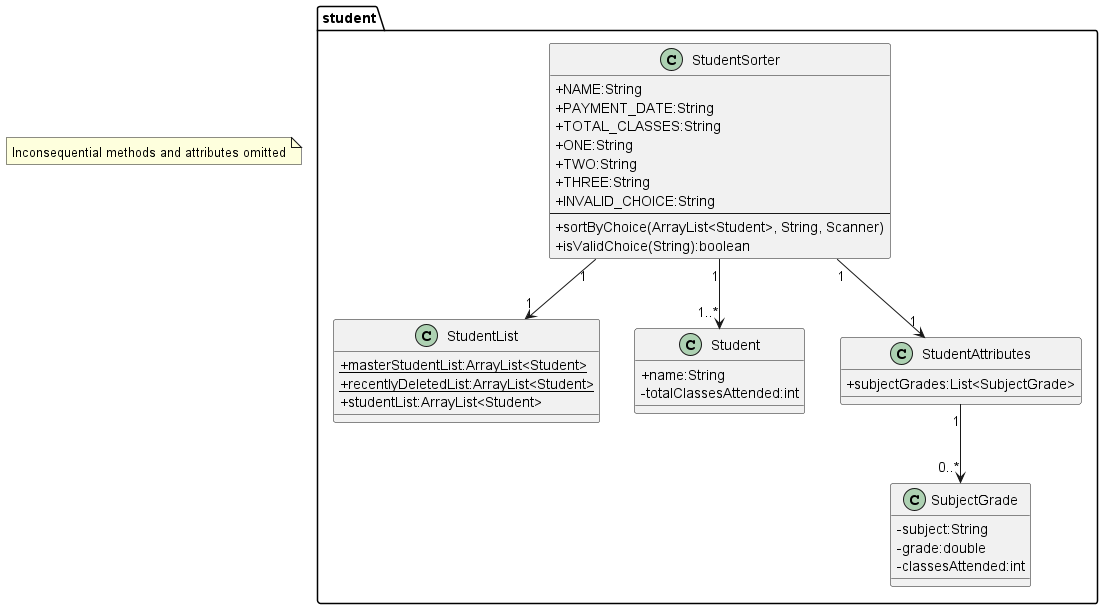
Earlier version of the PlantUML export docs/diagrams/src/StudentSorter/StudentSorter.png (blackmirag3/Classify).
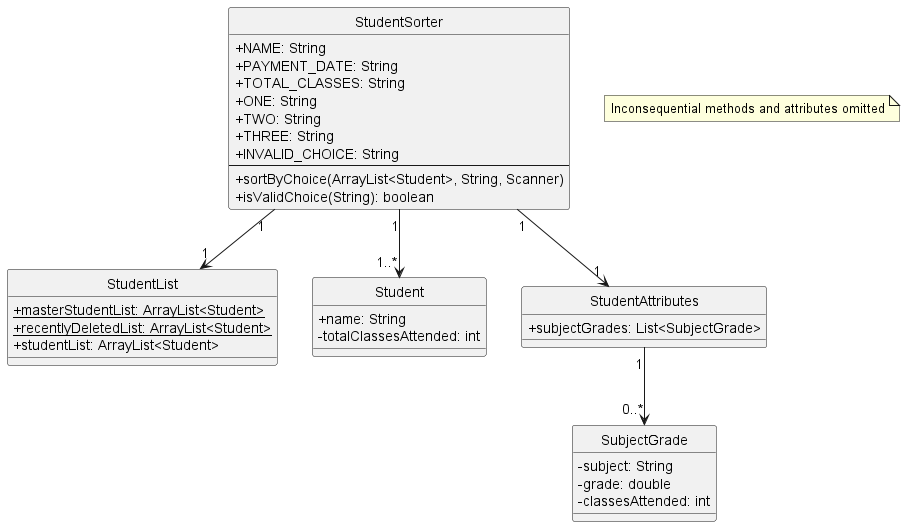
After the commit.

The edit, as a diff of the source:
```diff
@@ -1,40 +1,39 @@
 @startuml StudentSorter
 skinparam classAttributeIconSize 0
+hide circle
 
-package student {
-    class StudentSorter {
-        +NAME:String
-        +PAYMENT_DATE:String
-        +TOTAL_CLASSES:String
-        +ONE:String
-        +TWO:String
-        +THREE:String
-        +INVALID_CHOICE:String
-        --
-        +sortByChoice(ArrayList<Student>, String, Scanner)
-        +isValidChoice(String):boolean
-    }
+class StudentSorter {
+    + NAME: String
+    + PAYMENT_DATE: String
+    + TOTAL_CLASSES: String
+    + ONE: String
+    + TWO: String
+    + THREE: String
+    + INVALID_CHOICE: String
+    --
+    + sortByChoice(ArrayList<Student>, String, Scanner)
+    + isValidChoice(String): boolean
+}
 
-    class StudentList {
-        {static} +masterStudentList:ArrayList<Student>
-        {static} +recentlyDeletedList:ArrayList<Student>
-        +studentList:ArrayList<Student>
-    }
+class StudentList {
+    {static} + masterStudentList: ArrayList<Student>
+    {static} + recentlyDeletedList: ArrayList<Student>
+    + studentList: ArrayList<Student>
+}
 
-    class Student {
-        +name:String
-        -totalClassesAttended:int
-    }
+class Student {
+    + name: String
+    - totalClassesAttended: int
+}
 
-    class StudentAttributes {
-        +subjectGrades:List<SubjectGrade>
-    }
+class StudentAttributes {
+    + subjectGrades: List<SubjectGrade>
+}
 
-    class SubjectGrade {
-        -subject:String
-        -grade:double
-        -classesAttended:int
-    }
+class SubjectGrade {
+    - subject: String
+    - grade: double
+    - classesAttended: int
 }
 
 StudentSorter "1" --> "1..*" Student
@@ -43,5 +42,4 @@
 StudentAttributes "1" --> "0..*" SubjectGrade
 
 note "Inconsequential methods and attributes omitted" as N1
-
 @enduml
```
